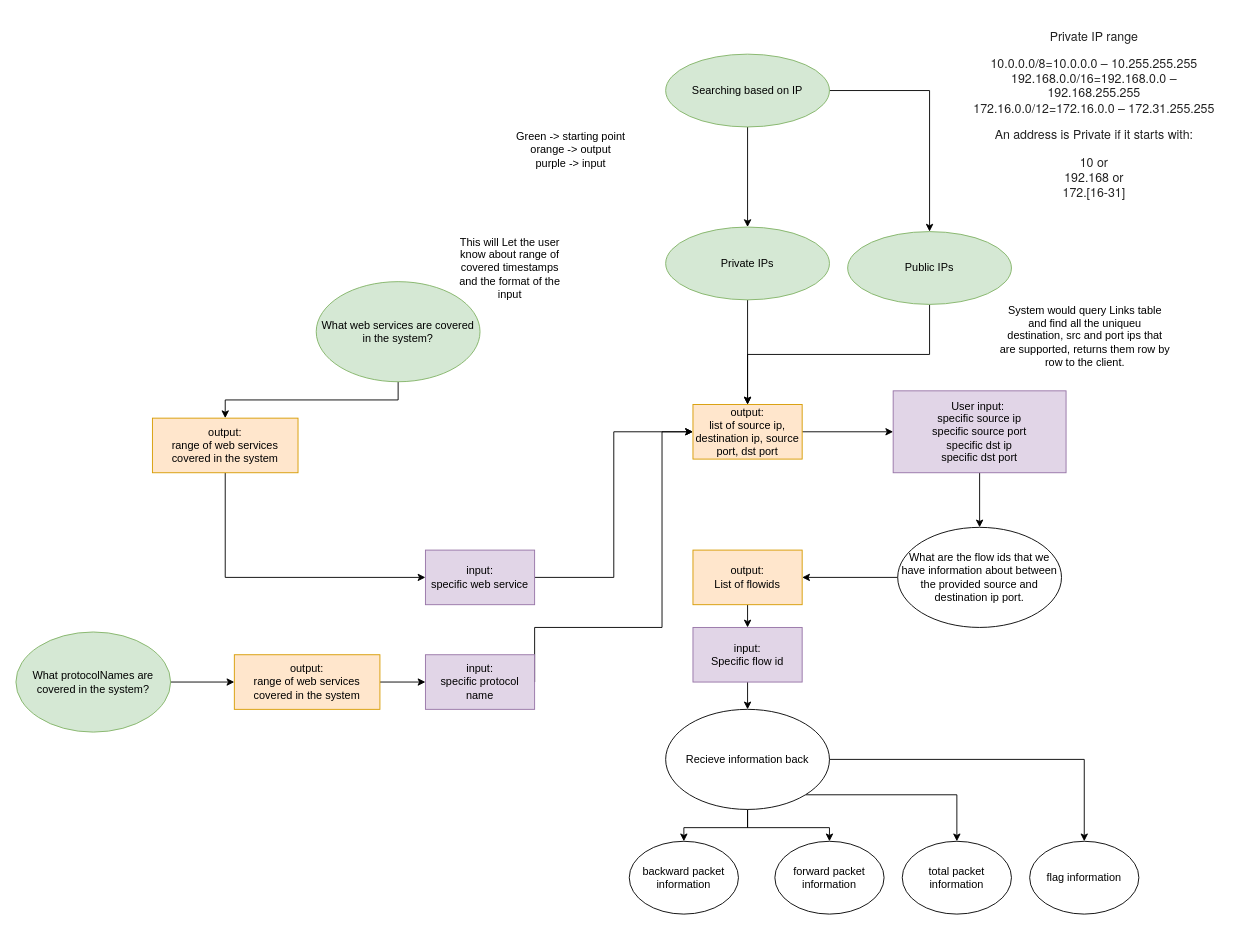
The draw.io diagram ClientRequirement.drawio in Amiralizim/Networking, before the edit. Source tidied: cells renumbered, new cells numbered last; positions are measured from the earlier drawing's top-left corner, leaving out a move shared by most shapes. Both pictures are drawn from the tidied source at 91%, with x=0, y=0 at pixel (15, 17).
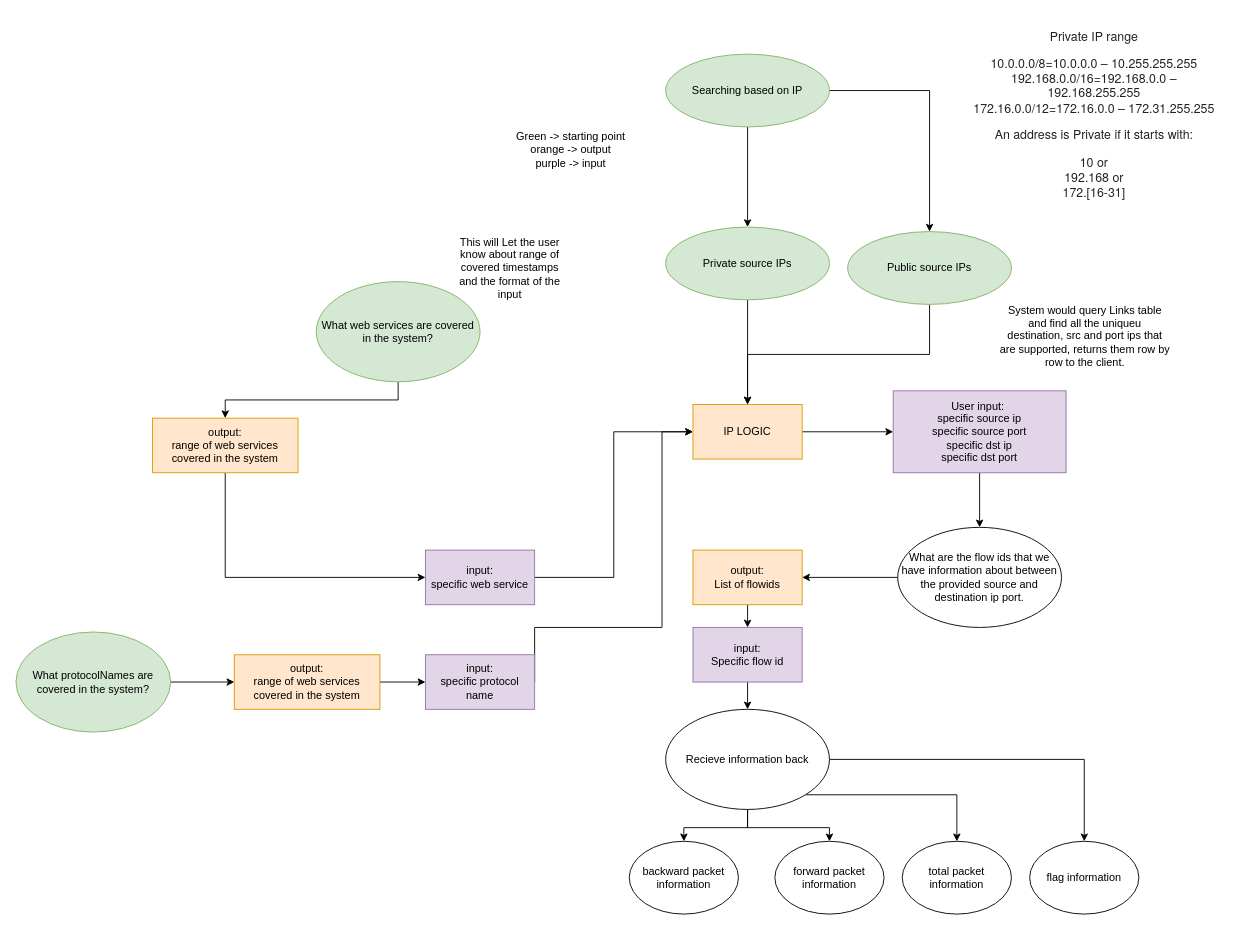
After the change.

Commit message (it also covers changes not shown here):
public and private IPS

Change to the diagram source:
```diff
@@
-    <mxCell id="15" value="output:&lt;br&gt;list of source ip, destination ip, source port, dst port" style="rounded=0;whiteSpace=wrap;html=1;fillColor=#ffe6cc;strokeColor=#d79b00;" parent="1" vertex="1">
+    <mxCell id="15" value="IP LOGIC" style="rounded=0;whiteSpace=wrap;html=1;fillColor=#ffe6cc;strokeColor=#d79b00;" parent="1" vertex="1">
       <mxGeometry x="744" y="425" width="120" height="60" as="geometry" />
     </mxCell>
@@
-    <mxCell id="40" value="Public IPs" style="ellipse;whiteSpace=wrap;html=1;fillColor=#d5e8d4;strokeColor=#82b366;" parent="1" vertex="1">
+    <mxCell id="40" value="Public source IPs" style="ellipse;whiteSpace=wrap;html=1;fillColor=#d5e8d4;strokeColor=#82b366;" parent="1" vertex="1">
       <mxGeometry x="914" y="235" width="180" height="80" as="geometry" />
     </mxCell>
@@
-    <mxCell id="42" value="Private IPs" style="ellipse;whiteSpace=wrap;html=1;fillColor=#d5e8d4;strokeColor=#82b366;" parent="1" vertex="1">
+    <mxCell id="42" value="Private source IPs" style="ellipse;whiteSpace=wrap;html=1;fillColor=#d5e8d4;strokeColor=#82b366;" parent="1" vertex="1">
       <mxGeometry x="714" y="230" width="180" height="80" as="geometry" />
     </mxCell>
```
